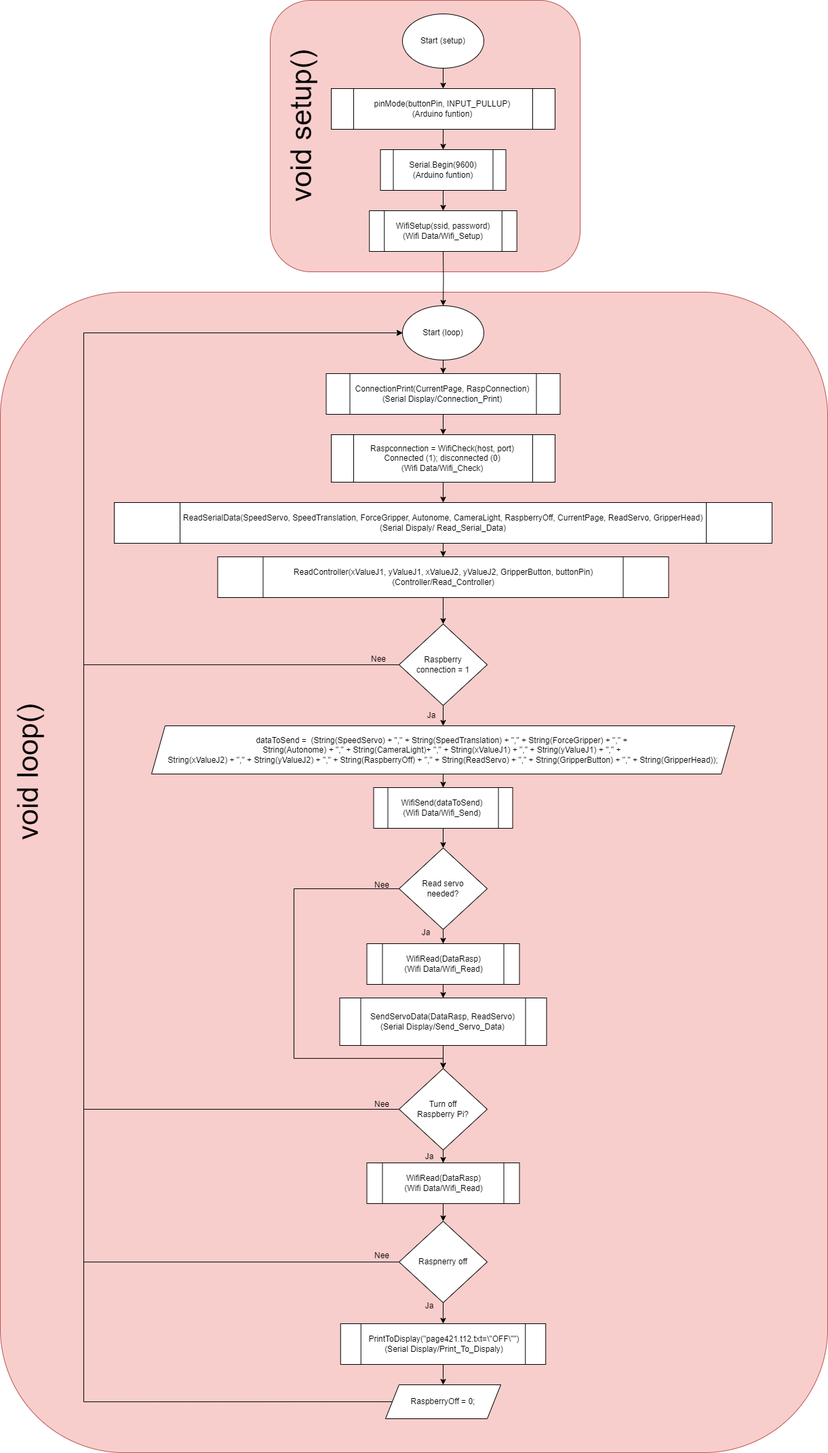
Above: flowchart/Main/main_ccp.png in Lucasvanbeveren/Display_Code (draw.io), before the change. Source tidied: cells renumbered, new cells last; positions are measured from the earlier drawing's top-left corner, leaving out a move shared by most shapes.
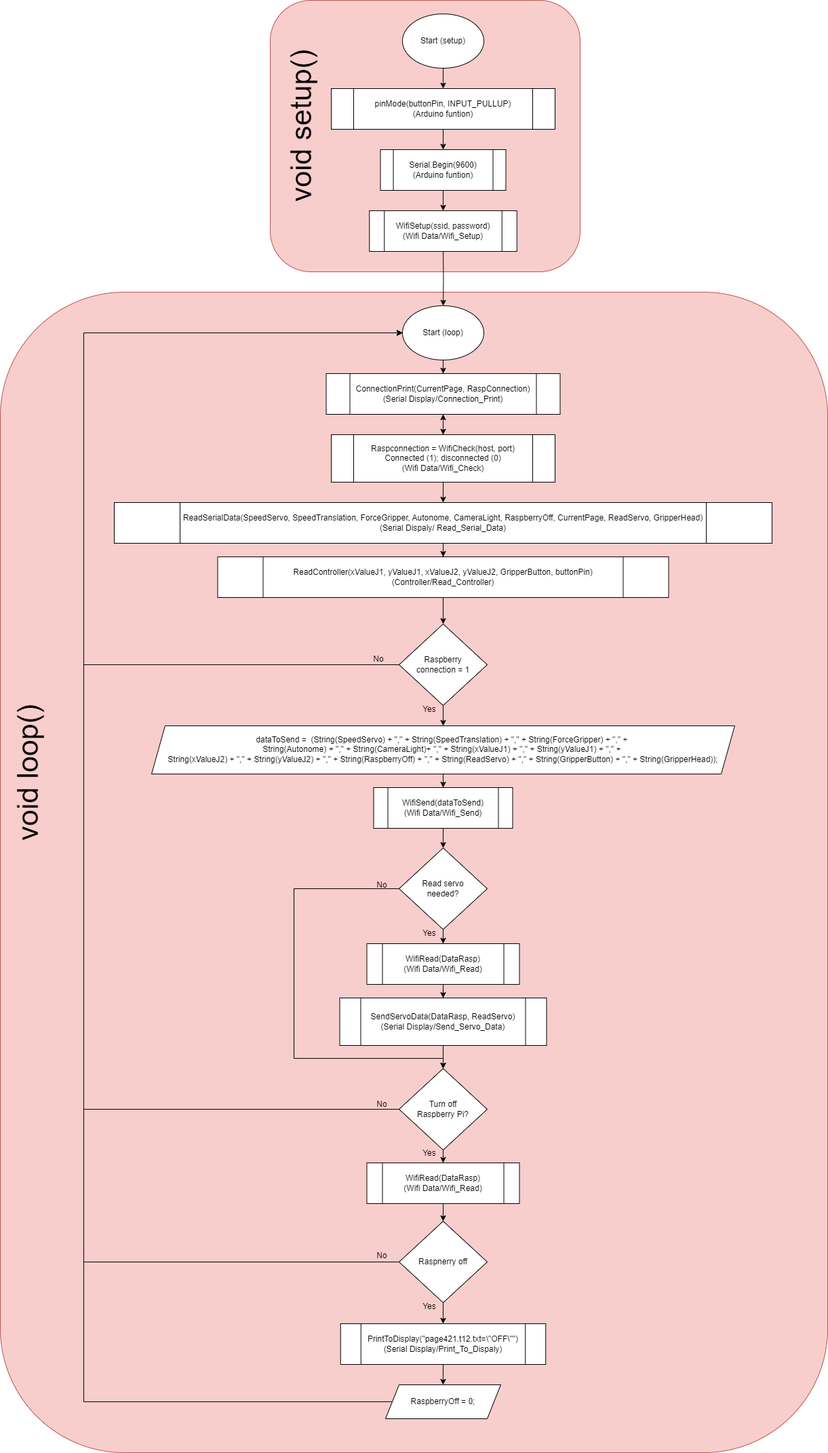
After the change.

What changed in the source:
```diff
@@ -56,7 +56,7 @@
     <mxCell id="14" value="Raspberry &lt;br&gt;connection = 1" style="rhombus;whiteSpace=wrap;html=1;" parent="1" vertex="1">
       <mxGeometry x="723" y="919" width="130" height="120" as="geometry" />
     </mxCell>
-    <mxCell id="15" value="Nee" style="text;html=1;strokeColor=none;fillColor=none;align=center;verticalAlign=middle;whiteSpace=wrap;rounded=0;" parent="1" vertex="1">
+    <mxCell id="15" value="No" style="text;html=1;strokeColor=none;fillColor=none;align=center;verticalAlign=middle;whiteSpace=wrap;rounded=0;" parent="1" vertex="1">
       <mxGeometry x="663" y="956" width="60" height="30" as="geometry" />
     </mxCell>
     <mxCell id="16" style="edgeStyle=orthogonalEdgeStyle;rounded=0;jettySize=auto;html=1;entryX=0.5;entryY=0;entryDx=0;entryDy=0;" parent="1" edge="1" source="18" target="22">
@@ -74,7 +74,7 @@
     <mxCell id="18" value="Read servo &lt;br&gt;needed?" style="rhombus;whiteSpace=wrap;html=1;" parent="1" vertex="1">
       <mxGeometry x="723" y="1249" width="130" height="120" as="geometry" />
     </mxCell>
-    <mxCell id="19" value="Nee" style="text;html=1;strokeColor=none;fillColor=none;align=center;verticalAlign=middle;whiteSpace=wrap;rounded=0;" parent="1" vertex="1">
+    <mxCell id="19" value="No" style="text;html=1;strokeColor=none;fillColor=none;align=center;verticalAlign=middle;whiteSpace=wrap;rounded=0;" parent="1" vertex="1">
       <mxGeometry x="668" y="1289" width="60" height="30" as="geometry" />
     </mxCell>
     <mxCell id="20" style="edgeStyle=orthogonalEdgeStyle;rounded=0;jettySize=auto;html=1;entryX=0;entryY=0.5;entryDx=0;entryDy=0;" parent="1" edge="1" source="22" target="11">
@@ -91,7 +91,7 @@
     <mxCell id="22" value="Turn off &lt;br&gt;Raspberry Pi?" style="rhombus;whiteSpace=wrap;html=1;" parent="1" vertex="1">
       <mxGeometry x="723" y="1574" width="130" height="120" as="geometry" />
     </mxCell>
-    <mxCell id="23" value="Nee" style="text;html=1;strokeColor=none;fillColor=none;align=center;verticalAlign=middle;whiteSpace=wrap;rounded=0;" parent="1" vertex="1">
+    <mxCell id="23" value="No" style="text;html=1;strokeColor=none;fillColor=none;align=center;verticalAlign=middle;whiteSpace=wrap;rounded=0;" parent="1" vertex="1">
       <mxGeometry x="668" y="1612" width="60" height="30" as="geometry" />
     </mxCell>
     <mxCell id="24" style="edgeStyle=orthogonalEdgeStyle;rounded=0;jettySize=auto;html=1;entryX=0;entryY=0.5;entryDx=0;entryDy=0;" parent="1" edge="1" source="26" target="11">
@@ -108,21 +108,9 @@
     <mxCell id="26" value="Raspnerry off" style="rhombus;whiteSpace=wrap;html=1;" parent="1" vertex="1">
       <mxGeometry x="723" y="1799" width="130" height="120" as="geometry" />
     </mxCell>
-    <mxCell id="27" value="Nee" style="text;html=1;strokeColor=none;fillColor=none;align=center;verticalAlign=middle;whiteSpace=wrap;rounded=0;" parent="1" vertex="1">
+    <mxCell id="27" value="No" style="text;html=1;strokeColor=none;fillColor=none;align=center;verticalAlign=middle;whiteSpace=wrap;rounded=0;" parent="1" vertex="1">
       <mxGeometry x="668" y="1835" width="60" height="30" as="geometry" />
     </mxCell>
-    <mxCell id="28" value="Ja" style="text;html=1;strokeColor=none;fillColor=none;align=center;verticalAlign=middle;whiteSpace=wrap;rounded=0;" parent="1" vertex="1">
-      <mxGeometry x="761" y="1039" width="20" height="30" as="geometry" />
-    </mxCell>
-    <mxCell id="29" value="Ja" style="text;html=1;strokeColor=none;fillColor=none;align=center;verticalAlign=middle;whiteSpace=wrap;rounded=0;" parent="1" vertex="1">
-      <mxGeometry x="758" y="1359" width="10" height="30" as="geometry" />
-    </mxCell>
-    <mxCell id="30" value="Ja" style="text;html=1;strokeColor=none;fillColor=none;align=center;verticalAlign=middle;whiteSpace=wrap;rounded=0;" parent="1" vertex="1">
-      <mxGeometry x="758" y="1689" width="20" height="30" as="geometry" />
-    </mxCell>
-    <mxCell id="31" value="Ja" style="text;html=1;strokeColor=none;fillColor=none;align=center;verticalAlign=middle;whiteSpace=wrap;rounded=0;" parent="1" vertex="1">
-      <mxGeometry x="758" y="1909" width="20" height="30" as="geometry" />
-    </mxCell>
     <mxCell id="32" value="&lt;font style=&quot;font-size: 43px;&quot;&gt;void loop()&lt;/font&gt;" style="text;html=1;align=center;verticalAlign=middle;whiteSpace=wrap;rounded=0;rotation=-90;" parent="1" vertex="1">
       <mxGeometry x="0.5" y="1122.5" width="350" height="30" as="geometry" />
     </mxCell>
@@ -144,6 +132,9 @@
     <mxCell id="38" style="edgeStyle=orthogonalEdgeStyle;rounded=0;jettySize=auto;html=1;" parent="1" edge="1" source="39" target="41">
       <mxGeometry relative="1" as="geometry" />
     </mxCell>
+    <mxCell id="58" style="edgeStyle=orthogonalEdgeStyle;rounded=0;jettySize=auto;html=1;" parent="1" edge="1" source="39" target="34">
+      <mxGeometry relative="1" as="geometry" />
+    </mxCell>
     <mxCell id="39" value="&lt;p style=&quot;line-height: 120%;&quot;&gt;&lt;/p&gt;&lt;div style=&quot;line-height: 120%; white-space: pre;&quot;&gt;&lt;span style=&quot;background-color: rgb(255, 255, 255);&quot;&gt;Raspconnection = Wi&lt;/span&gt;&lt;span style=&quot;background-color: rgb(255, 255, 255);&quot;&gt;fiCheck(host, port)&lt;/span&gt;&lt;/div&gt;&lt;div style=&quot;line-height: 120%; white-space: pre;&quot;&gt;&lt;span style=&quot;background-color: rgb(255, 255, 255);&quot;&gt;Connected (1); disconnected (0)&lt;/span&gt;&lt;br&gt;&lt;/div&gt;&lt;div style=&quot;line-height: 120%; white-space: pre;&quot;&gt;&lt;div style=&quot;line-height: 14.4px;&quot;&gt;&lt;font style=&quot;background-color: rgb(255, 255, 255);&quot; face=&quot;Helvetica&quot;&gt;(Wifi Data/Wifi_Check)&lt;/font&gt;&lt;/div&gt;&lt;/div&gt;&lt;p&gt;&lt;/p&gt;" style="shape=process;whiteSpace=wrap;html=1;backgroundOutline=1;" parent="1" vertex="1">
       <mxGeometry x="623" y="640" width="330" height="70" as="geometry" />
     </mxCell>
@@ -206,5 +197,17 @@
     <mxCell id="57" value="RaspberryOff = 0;" style="shape=parallelogram;perimeter=parallelogramPerimeter;whiteSpace=wrap;html=1;fixedSize=1;" parent="1" vertex="1">
       <mxGeometry x="703" y="2040" width="170" height="50" as="geometry" />
     </mxCell>
+    <mxCell id="59" value="Yes" style="text;html=1;strokeColor=none;fillColor=none;align=center;verticalAlign=middle;whiteSpace=wrap;rounded=0;" parent="1" vertex="1">
+      <mxGeometry x="738" y="1030" width="60" height="30" as="geometry" />
+    </mxCell>
+    <mxCell id="60" value="Yes" style="text;html=1;strokeColor=none;fillColor=none;align=center;verticalAlign=middle;whiteSpace=wrap;rounded=0;" parent="1" vertex="1">
+      <mxGeometry x="738" y="1360" width="60" height="30" as="geometry" />
+    </mxCell>
+    <mxCell id="61" value="Yes" style="text;html=1;strokeColor=none;fillColor=none;align=center;verticalAlign=middle;whiteSpace=wrap;rounded=0;" parent="1" vertex="1">
+      <mxGeometry x="738" y="1684" width="60" height="30" as="geometry" />
+    </mxCell>
+    <mxCell id="62" value="Yes" style="text;html=1;strokeColor=none;fillColor=none;align=center;verticalAlign=middle;whiteSpace=wrap;rounded=0;" parent="1" vertex="1">
+      <mxGeometry x="738" y="1910" width="60" height="30" as="geometry" />
+    </mxCell>
   </root>
 </mxGraphModel>
```
